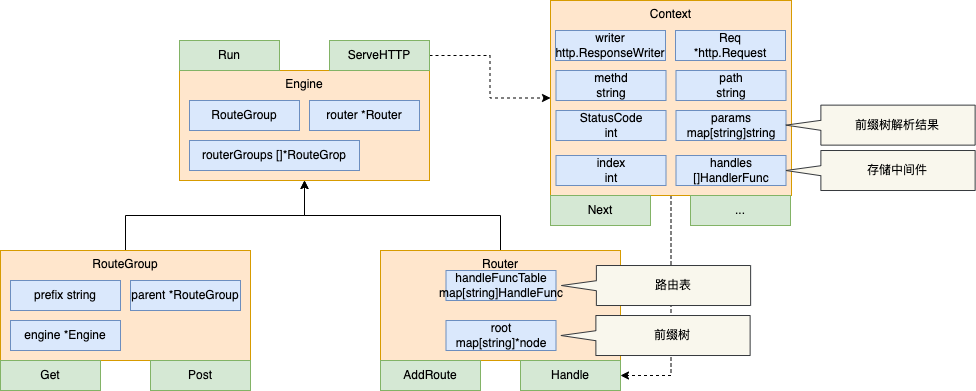
Earlier version of the draw.io export 使用golang实现简单的web框架.resources/Gbank_struct.png (rh670892215/rh670892215.github.io). Source tidied: cells renumbered, new cells last; positions are measured from the earlier drawing's top-left corner, leaving out a move shared by most shapes. Source of this version:
```xml
<mxGraphModel>
  <root>
    <mxCell id="0" />
    <mxCell id="1" parent="0" />
    <mxCell id="2" style="edgeStyle=orthogonalEdgeStyle;rounded=0;jettySize=auto;html=1;entryX=0.5;entryY=1;entryDx=0;entryDy=0;" parent="1" edge="1" source="3" target="11">
      <mxGeometry relative="1" as="geometry" />
    </mxCell>
    <mxCell id="3" value="RouteGroup" style="rounded=0;whiteSpace=wrap;html=1;verticalAlign=top;fillColor=#ffe6cc;strokeColor=#d79b00;" parent="1" vertex="1">
      <mxGeometry y="250" width="250" height="110" as="geometry" />
    </mxCell>
    <mxCell id="4" style="edgeStyle=orthogonalEdgeStyle;rounded=0;jettySize=auto;html=1;entryX=0.5;entryY=1;entryDx=0;entryDy=0;" parent="1" edge="1" source="5" target="11">
      <mxGeometry relative="1" as="geometry" />
    </mxCell>
    <mxCell id="5" value="Router" style="rounded=0;whiteSpace=wrap;html=1;verticalAlign=top;fillColor=#ffe6cc;strokeColor=#d79b00;" parent="1" vertex="1">
      <mxGeometry x="380" y="250" width="240" height="110" as="geometry" />
    </mxCell>
    <mxCell id="6" value="prefix string" style="rounded=0;whiteSpace=wrap;html=1;fillColor=#dae8fc;strokeColor=#6c8ebf;" parent="1" vertex="1">
      <mxGeometry x="10" y="280" width="110" height="30" as="geometry" />
    </mxCell>
    <mxCell id="7" value="parent *RouteGroup" style="rounded=0;whiteSpace=wrap;html=1;fillColor=#dae8fc;strokeColor=#6c8ebf;" parent="1" vertex="1">
      <mxGeometry x="130" y="280" width="110" height="30" as="geometry" />
    </mxCell>
    <mxCell id="8" value="engine *Engine" style="rounded=0;whiteSpace=wrap;html=1;fillColor=#dae8fc;strokeColor=#6c8ebf;" parent="1" vertex="1">
      <mxGeometry x="10" y="320" width="110" height="30" as="geometry" />
    </mxCell>
    <mxCell id="9" value="Get" style="rounded=0;whiteSpace=wrap;html=1;fillColor=#d5e8d4;strokeColor=#82b366;" parent="1" vertex="1">
      <mxGeometry y="360" width="100" height="30" as="geometry" />
    </mxCell>
    <mxCell id="10" value="Post" style="rounded=0;whiteSpace=wrap;html=1;fillColor=#d5e8d4;strokeColor=#82b366;" parent="1" vertex="1">
      <mxGeometry x="150" y="360" width="100" height="30" as="geometry" />
    </mxCell>
    <mxCell id="11" value="Engine" style="rounded=0;whiteSpace=wrap;html=1;verticalAlign=top;fillColor=#ffe6cc;strokeColor=#d79b00;" parent="1" vertex="1">
      <mxGeometry x="179" y="70" width="250" height="110" as="geometry" />
    </mxCell>
    <mxCell id="12" value="RouteGroup" style="rounded=0;whiteSpace=wrap;html=1;fillColor=#dae8fc;strokeColor=#6c8ebf;" parent="1" vertex="1">
      <mxGeometry x="189" y="100" width="110" height="30" as="geometry" />
    </mxCell>
    <mxCell id="13" value="router *Router" style="rounded=0;whiteSpace=wrap;html=1;fillColor=#dae8fc;strokeColor=#6c8ebf;" parent="1" vertex="1">
      <mxGeometry x="309" y="100" width="110" height="30" as="geometry" />
    </mxCell>
    <mxCell id="14" value="routerGroups []*RouteGrop" style="rounded=0;whiteSpace=wrap;html=1;fillColor=#dae8fc;strokeColor=#6c8ebf;" parent="1" vertex="1">
      <mxGeometry x="189" y="140" width="170" height="30" as="geometry" />
    </mxCell>
    <mxCell id="15" value="Run" style="rounded=0;whiteSpace=wrap;html=1;fillColor=#d5e8d4;strokeColor=#82b366;" parent="1" vertex="1">
      <mxGeometry x="179" y="40" width="100" height="30" as="geometry" />
    </mxCell>
    <mxCell id="16" style="edgeStyle=orthogonalEdgeStyle;rounded=0;jettySize=auto;html=1;entryX=0;entryY=0.5;entryDx=0;entryDy=0;dashed=1;" parent="1" edge="1" source="17" target="23">
      <mxGeometry relative="1" as="geometry" />
    </mxCell>
    <mxCell id="17" value="ServeHTTP" style="rounded=0;whiteSpace=wrap;html=1;fillColor=#d5e8d4;strokeColor=#82b366;" parent="1" vertex="1">
      <mxGeometry x="329" y="40" width="100" height="30" as="geometry" />
    </mxCell>
    <mxCell id="18" value="root map[string]*node" style="rounded=0;whiteSpace=wrap;html=1;fillColor=#dae8fc;strokeColor=#6c8ebf;" parent="1" vertex="1">
      <mxGeometry x="445.5" y="320" width="110" height="30" as="geometry" />
    </mxCell>
    <mxCell id="19" value="handleFuncTable map[string]HandleFunc" style="rounded=0;whiteSpace=wrap;html=1;fillColor=#dae8fc;strokeColor=#6c8ebf;" parent="1" vertex="1">
      <mxGeometry x="445.5" y="270" width="110" height="30" as="geometry" />
    </mxCell>
    <mxCell id="20" value="AddRoute" style="rounded=0;whiteSpace=wrap;html=1;fillColor=#d5e8d4;strokeColor=#82b366;" parent="1" vertex="1">
      <mxGeometry x="380" y="360" width="100" height="30" as="geometry" />
    </mxCell>
    <mxCell id="21" value="Handle" style="rounded=0;whiteSpace=wrap;html=1;fillColor=#d5e8d4;strokeColor=#82b366;" parent="1" vertex="1">
      <mxGeometry x="520" y="360" width="100" height="30" as="geometry" />
    </mxCell>
    <mxCell id="22" style="edgeStyle=orthogonalEdgeStyle;rounded=0;jettySize=auto;html=1;entryX=1;entryY=0.5;entryDx=0;entryDy=0;dashed=1;" parent="1" edge="1" source="23" target="21">
      <mxGeometry relative="1" as="geometry" />
    </mxCell>
    <mxCell id="23" value="Context" style="rounded=0;whiteSpace=wrap;html=1;verticalAlign=top;fillColor=#ffe6cc;strokeColor=#d79b00;" parent="1" vertex="1">
      <mxGeometry x="550" width="241" height="195" as="geometry" />
    </mxCell>
    <mxCell id="24" value="writer&lt;br&gt;http.ResponseWriter" style="rounded=0;whiteSpace=wrap;html=1;fillColor=#dae8fc;strokeColor=#6c8ebf;" parent="1" vertex="1">
      <mxGeometry x="555" y="30" width="110" height="30" as="geometry" />
    </mxCell>
    <mxCell id="25" value="Req&lt;br&gt;*http.Request" style="rounded=0;whiteSpace=wrap;html=1;fillColor=#dae8fc;strokeColor=#6c8ebf;" parent="1" vertex="1">
      <mxGeometry x="675" y="30" width="110" height="30" as="geometry" />
    </mxCell>
    <mxCell id="26" value="Next" style="rounded=0;whiteSpace=wrap;html=1;fillColor=#d5e8d4;strokeColor=#82b366;" parent="1" vertex="1">
      <mxGeometry x="550" y="195" width="100" height="30" as="geometry" />
    </mxCell>
    <mxCell id="27" value="..." style="rounded=0;whiteSpace=wrap;html=1;fillColor=#d5e8d4;strokeColor=#82b366;" parent="1" vertex="1">
      <mxGeometry x="690" y="195" width="100" height="30" as="geometry" />
    </mxCell>
    <mxCell id="28" value="methd&lt;br&gt;string" style="rounded=0;whiteSpace=wrap;html=1;fillColor=#dae8fc;strokeColor=#6c8ebf;" parent="1" vertex="1">
      <mxGeometry x="555.5" y="70" width="110" height="30" as="geometry" />
    </mxCell>
    <mxCell id="29" value="path&lt;br&gt;string" style="rounded=0;whiteSpace=wrap;html=1;fillColor=#dae8fc;strokeColor=#6c8ebf;" parent="1" vertex="1">
      <mxGeometry x="675.5" y="70" width="110" height="30" as="geometry" />
    </mxCell>
    <mxCell id="30" value="StatusCode&lt;br&gt;int" style="rounded=0;whiteSpace=wrap;html=1;fillColor=#dae8fc;strokeColor=#6c8ebf;" parent="1" vertex="1">
      <mxGeometry x="555.5" y="110" width="110" height="30" as="geometry" />
    </mxCell>
    <mxCell id="31" value="params&lt;br&gt;map[string]string" style="rounded=0;whiteSpace=wrap;html=1;fillColor=#dae8fc;strokeColor=#6c8ebf;" parent="1" vertex="1">
      <mxGeometry x="675.5" y="110" width="110" height="30" as="geometry" />
    </mxCell>
    <mxCell id="32" value="index&lt;br&gt;int" style="rounded=0;whiteSpace=wrap;html=1;fillColor=#dae8fc;strokeColor=#6c8ebf;" parent="1" vertex="1">
      <mxGeometry x="555.5" y="155" width="110" height="30" as="geometry" />
    </mxCell>
    <mxCell id="33" value="handles&lt;br&gt;[]HandlerFunc" style="rounded=0;whiteSpace=wrap;html=1;fillColor=#dae8fc;strokeColor=#6c8ebf;" parent="1" vertex="1">
      <mxGeometry x="675.5" y="155" width="110" height="30" as="geometry" />
    </mxCell>
    <mxCell id="34" value="存储中间件" style="shape=callout;whiteSpace=wrap;html=1;perimeter=calloutPerimeter;rotation=90;base=10;size=35;position=0.38;fillColor=#f9f7ed;strokeColor=#36393d;verticalAlign=middle;align=center;horizontal=0;" parent="1" vertex="1">
      <mxGeometry x="860" y="75.4" width="40" height="189.2" as="geometry" />
    </mxCell>
    <mxCell id="35" value="路由表" style="shape=callout;whiteSpace=wrap;html=1;perimeter=calloutPerimeter;rotation=90;base=10;size=35;position=0.38;fillColor=#f9f7ed;strokeColor=#36393d;verticalAlign=middle;align=center;horizontal=0;" parent="1" vertex="1">
      <mxGeometry x="635.5" y="190.4" width="40" height="189.2" as="geometry" />
    </mxCell>
    <mxCell id="36" value="前缀树" style="shape=callout;whiteSpace=wrap;html=1;perimeter=calloutPerimeter;rotation=90;base=10;size=35;position=0.38;fillColor=#f9f7ed;strokeColor=#36393d;verticalAlign=middle;align=center;horizontal=0;" parent="1" vertex="1">
      <mxGeometry x="635" y="240.4" width="40" height="189.2" as="geometry" />
    </mxCell>
    <mxCell id="37" value="前缀树解析结果" style="shape=callout;whiteSpace=wrap;html=1;perimeter=calloutPerimeter;rotation=90;base=10;size=35;position=0.38;fillColor=#f9f7ed;strokeColor=#36393d;verticalAlign=middle;align=center;horizontal=0;" parent="1" vertex="1">
      <mxGeometry x="860" y="30" width="40" height="189.2" as="geometry" />
    </mxCell>
  </root>
</mxGraphModel>
```
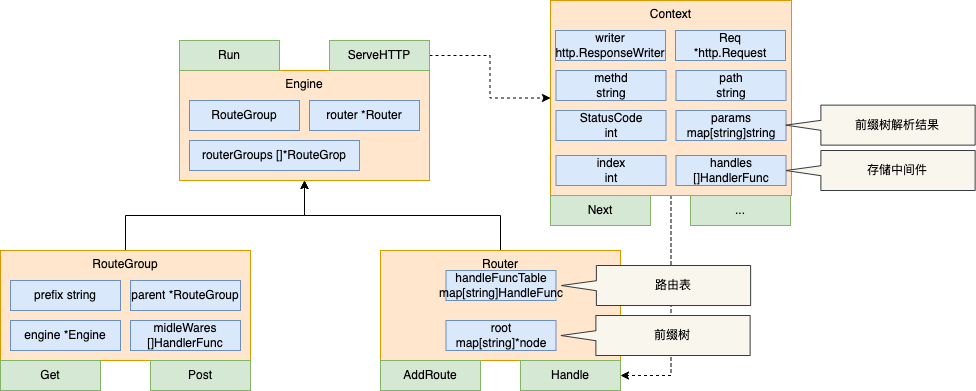
The same file after the commit.

The edit, as a diff of the source:
```diff
@@ -110,5 +110,8 @@
     <mxCell id="37" value="前缀树解析结果" style="shape=callout;whiteSpace=wrap;html=1;perimeter=calloutPerimeter;rotation=90;base=10;size=35;position=0.38;fillColor=#f9f7ed;strokeColor=#36393d;verticalAlign=middle;align=center;horizontal=0;" parent="1" vertex="1">
       <mxGeometry x="860" y="30" width="40" height="189.2" as="geometry" />
     </mxCell>
+    <mxCell id="38" value="midleWares&lt;br&gt;[]HandlerFunc" style="rounded=0;whiteSpace=wrap;html=1;fillColor=#dae8fc;strokeColor=#6c8ebf;" parent="1" vertex="1">
+      <mxGeometry x="130" y="320" width="110" height="30" as="geometry" />
+    </mxCell>
   </root>
 </mxGraphModel>
```
